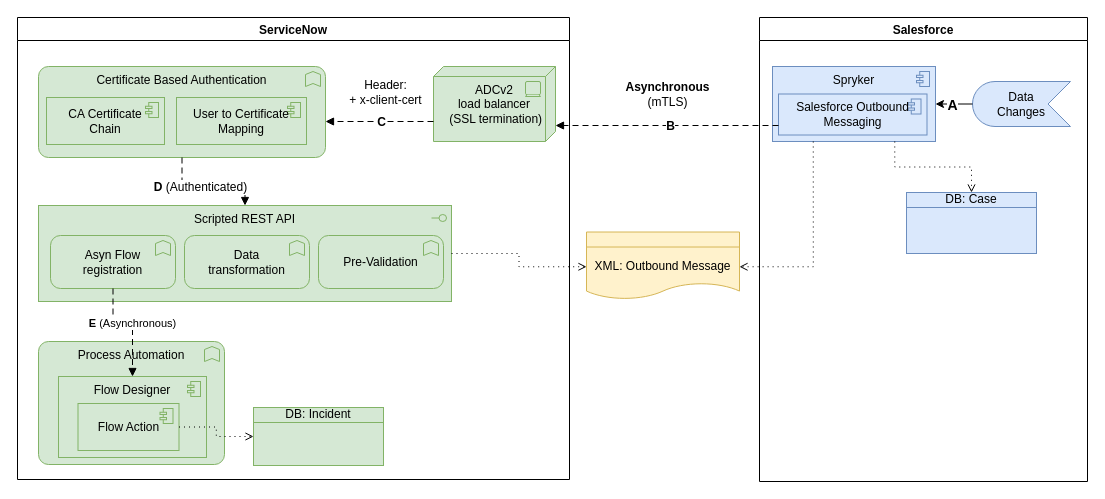
Before: page "Sec:SF2SN" (8 of 8) of SNowSpryker.drawio in algimas/tmp, a draw.io diagram. Source tidied: cells renumbered, new cells numbered last; positions are measured from the earlier drawing's top-left corner, leaving out a move shared by most shapes. Both pictures are drawn from the tidied source at 100%, with x=0, y=0 at pixel (17, 17).
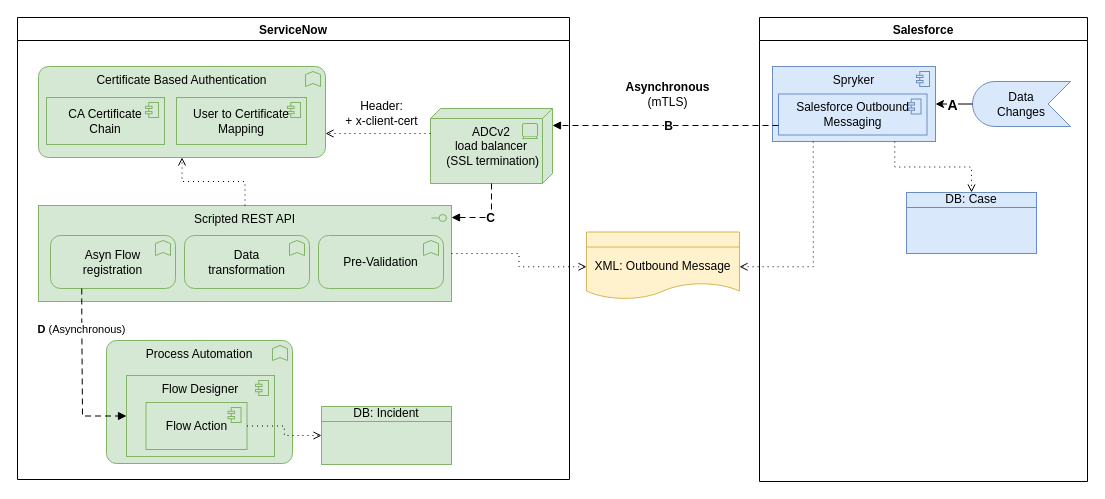
The same diagram, later.

The change refers to these unchanged cells:
```xml
<mxCell id="5" value="ServiceNow" style="swimlane;" parent="1" vertex="1">
  <mxGeometry width="552" height="462" as="geometry" />
</mxCell>
<mxCell id="6" value="&lt;div&gt;Scripted REST API&lt;/div&gt;" style="html=1;outlineConnect=0;whiteSpace=wrap;fillColor=#d5e8d4;shape=mxgraph.archimate3.application;appType=interface;archiType=square;strokeColor=#82b366;verticalAlign=top;" parent="5" vertex="1">
  <mxGeometry x="21" y="188" width="413" height="96" as="geometry" />
</mxCell>
<mxCell id="8" value="&lt;div&gt;Asyn Flow&lt;/div&gt;&lt;div&gt;registration&lt;br&gt;&lt;/div&gt;" style="html=1;outlineConnect=0;whiteSpace=wrap;fillColor=#d5e8d4;shape=mxgraph.archimate3.application;appType=func;archiType=rounded;strokeColor=#82b366;verticalAlign=middle;align=center;" parent="5" vertex="1">
  <mxGeometry x="33" y="218" width="125" height="53" as="geometry" />
</mxCell>
<mxCell id="12" value="&lt;span class=&quot;ph cmd&quot;&gt;&lt;span class=&quot;ph menucascade&quot;&gt;&lt;span class=&quot;ph uicontrol&quot;&gt;Certificate Based Authentication&lt;/span&gt;&lt;/span&gt;&lt;/span&gt;" style="html=1;outlineConnect=0;whiteSpace=wrap;fillColor=#d5e8d4;shape=mxgraph.archimate3.application;appType=func;archiType=rounded;strokeColor=#82b366;verticalAlign=top;align=center;" parent="5" vertex="1">
  <mxGeometry x="21" y="49" width="287" height="91" as="geometry" />
</mxCell>
```

Diff of the diagram source:
```diff
@@
     <mxCell id="10" value="&lt;span id=&quot;hs_cos_wrapper_post_body&quot; class=&quot;hs_cos_wrapper hs_cos_wrapper_meta_field hs_cos_wrapper_type_rich_text&quot;&gt;Process Automation&lt;/span&gt;" style="html=1;whiteSpace=wrap;fillColor=#d5e8d4;shape=mxgraph.archimate3.application;appType=func;archiType=rounded;verticalAlign=top;strokeColor=#82b366;" parent="5" vertex="1">
-      <mxGeometry x="21" y="324" width="186" height="123" as="geometry" />
+      <mxGeometry x="89" y="323" width="186" height="123" as="geometry" />
     </mxCell>
     <mxCell id="11" value="&lt;div&gt;&lt;span class=&quot;ng-scope&quot;&gt;&lt;span class=&quot;ng-scope&quot;&gt;&lt;span id=&quot;section_tab.d582dcb0c3310200b0449f2974d3aebd&quot;&gt;&lt;span id=&quot;section-d582dcb0c3310200b0449f2974d3aebd&quot;&gt;ADCv2 &lt;br&gt;&lt;/span&gt;&lt;/span&gt;&lt;/span&gt;&lt;/span&gt;&lt;/div&gt;&lt;div&gt;&lt;span class=&quot;ng-scope&quot;&gt;&lt;span class=&quot;ng-scope&quot;&gt;&lt;span id=&quot;section_tab.d582dcb0c3310200b0449f2974d3aebd&quot;&gt;&lt;span id=&quot;section-d582dcb0c3310200b0449f2974d3aebd&quot;&gt;load balancer&lt;/span&gt;&lt;/span&gt;&lt;/span&gt;&lt;/span&gt;&lt;/div&gt;&amp;nbsp;(SSL termination)" style="html=1;outlineConnect=0;whiteSpace=wrap;fillColor=#d5e8d4;shape=mxgraph.archimate3.tech;techType=device;fontSize=12;strokeColor=#82b366;" parent="5" vertex="1">
-      <mxGeometry x="416" y="49" width="122" height="75" as="geometry" />
+      <mxGeometry x="413" y="91" width="122" height="75" as="geometry" />
     </mxCell>
@@
     <mxCell id="15" value="&lt;div&gt;Header: &lt;br&gt;&lt;/div&gt;&lt;div&gt;+ x-client-cert&lt;br&gt;&lt;/div&gt;" style="text;html=1;align=center;verticalAlign=middle;strokeColor=none;fillColor=none;" parent="5" vertex="1">
-      <mxGeometry x="327" y="59" width="82" height="32" as="geometry" />
+      <mxGeometry x="322.5" y="80" width="82" height="32" as="geometry" />
     </mxCell>
+    <mxCell id="36" style="edgeStyle=elbowEdgeStyle;html=1;endArrow=block;dashed=1;elbow=vertical;endFill=1;dashPattern=6 4;rounded=0;fontSize=12;exitX=0.5;exitY=1;exitDx=0;exitDy=0;exitPerimeter=0;" parent="5" edge="1" source="11" target="6">
+      <mxGeometry relative="1" as="geometry">
+        <Array as="points">
+          <mxPoint x="466" y="200" />
+          <mxPoint x="471" y="187" />
+          <mxPoint x="347" y="114" />
+        </Array>
+      </mxGeometry>
+    </mxCell>
+    <mxCell id="17" value="&lt;b&gt;C&lt;/b&gt;" style="edgeLabel;html=1;align=center;verticalAlign=middle;fontSize=12;" parent="36" vertex="1">
+      <mxGeometry x="-0.02" relative="1" as="geometry" />
+    </mxCell>
-    <mxCell id="16" style="edgeStyle=elbowEdgeStyle;html=1;endArrow=block;dashed=1;elbow=vertical;endFill=1;dashPattern=6 4;rounded=0;fontSize=12;" parent="5" edge="1" source="11" target="12">
-      <mxGeometry relative="1" as="geometry">
-        <Array as="points">
-          <mxPoint x="380" y="104" />
-          <mxPoint x="337" y="104" />
-        </Array>
-      </mxGeometry>
+    <mxCell id="16" style="edgeStyle=elbowEdgeStyle;html=1;endArrow=open;elbow=vertical;endFill=0;dashed=1;dashPattern=1 4;rounded=0;fontSize=12;" parent="5" edge="1" source="11" target="12">
+      <mxGeometry relative="1" as="geometry" />
     </mxCell>
-    <mxCell id="17" value="&lt;b&gt;C&lt;/b&gt;" style="edgeLabel;html=1;align=center;verticalAlign=middle;fontSize=12;" parent="16" vertex="1">
-      <mxGeometry x="-0.02" relative="1" as="geometry" />
-    </mxCell>
-    <mxCell id="18" style="edgeStyle=elbowEdgeStyle;html=1;endArrow=block;dashed=1;elbow=vertical;endFill=1;dashPattern=6 4;rounded=0;fontSize=12;entryX=0.5;entryY=0;entryDx=0;entryDy=0;entryPerimeter=0;exitX=0.5;exitY=1;exitDx=0;exitDy=0;exitPerimeter=0;" parent="5" edge="1" source="12" target="6">
-      <mxGeometry relative="1" as="geometry">
-        <Array as="points">
-          <mxPoint x="228" y="167" />
-          <mxPoint x="347" y="114" />
-        </Array>
-      </mxGeometry>
-    </mxCell>
-    <mxCell id="19" value="&lt;b&gt;D&lt;/b&gt; (Authenticated)" style="edgeLabel;html=1;align=center;verticalAlign=middle;fontSize=12;" parent="18" vertex="1">
-      <mxGeometry x="-0.19" y="-2" relative="1" as="geometry" />
-    </mxCell>
+    <mxCell id="37" style="edgeStyle=elbowEdgeStyle;html=1;endArrow=open;elbow=vertical;endFill=0;dashed=1;dashPattern=1 4;rounded=0;fontSize=12;" parent="5" edge="1" source="6" target="12">
+      <mxGeometry relative="1" as="geometry" />
+    </mxCell>
@@
     <mxCell id="29" value="Flow Designer" style="html=1;outlineConnect=0;whiteSpace=wrap;fillColor=#d5e8d4;shape=mxgraph.archimate3.application;appType=comp;archiType=square;strokeColor=#82b366;verticalAlign=top;" parent="1" vertex="1">
-      <mxGeometry x="41" y="359" width="148" height="81" as="geometry" />
+      <mxGeometry x="109" y="358" width="148" height="81" as="geometry" />
     </mxCell>
     <mxCell id="30" value="Flow Action" style="html=1;outlineConnect=0;whiteSpace=wrap;fillColor=#d5e8d4;shape=mxgraph.archimate3.application;appType=comp;archiType=square;strokeColor=#82b366;verticalAlign=middle;" parent="1" vertex="1">
-      <mxGeometry x="60.5" y="386" width="101" height="47" as="geometry" />
+      <mxGeometry x="128.5" y="385" width="101" height="47" as="geometry" />
     </mxCell>
     <mxCell id="31" value="DB: Incident" style="html=1;outlineConnect=0;whiteSpace=wrap;fillColor=#d5e8d4;shape=mxgraph.archimate3.businessObject;overflow=fill;strokeColor=#82b366;" parent="1" vertex="1">
-      <mxGeometry x="236" y="390" width="130" height="58" as="geometry" />
+      <mxGeometry x="304" y="389" width="130" height="58" as="geometry" />
     </mxCell>
@@
-    <mxCell id="33" value="&lt;b&gt;E&lt;/b&gt; (Asynchronous)" style="edgeStyle=orthogonalEdgeStyle;html=1;endArrow=block;dashed=1;elbow=vertical;endFill=1;dashPattern=6 4;rounded=0;exitX=0.5;exitY=1;exitDx=0;exitDy=0;exitPerimeter=0;entryX=0.5;entryY=0;entryDx=0;entryDy=0;entryPerimeter=0;" parent="1" edge="1" source="8" target="29">
-      <mxGeometry relative="1" as="geometry">
+    <mxCell id="33" value="&lt;b&gt;D&lt;/b&gt; (Asynchronous)" style="edgeStyle=orthogonalEdgeStyle;html=1;endArrow=block;dashed=1;elbow=vertical;endFill=1;dashPattern=6 4;rounded=0;exitX=0.25;exitY=1;exitDx=0;exitDy=0;exitPerimeter=0;entryX=0;entryY=0.5;entryDx=0;entryDy=0;entryPerimeter=0;" parent="1" edge="1" source="8" target="29">
+      <mxGeometry x="-0.52" relative="1" as="geometry">
         <Array as="points">
-          <mxPoint x="96" y="305" />
-          <mxPoint x="115" y="305" />
+          <mxPoint x="64" y="305" />
+          <mxPoint x="65" y="305" />
+          <mxPoint x="65" y="398" />
         </Array>
       </mxGeometry>
     </mxCell>
```
